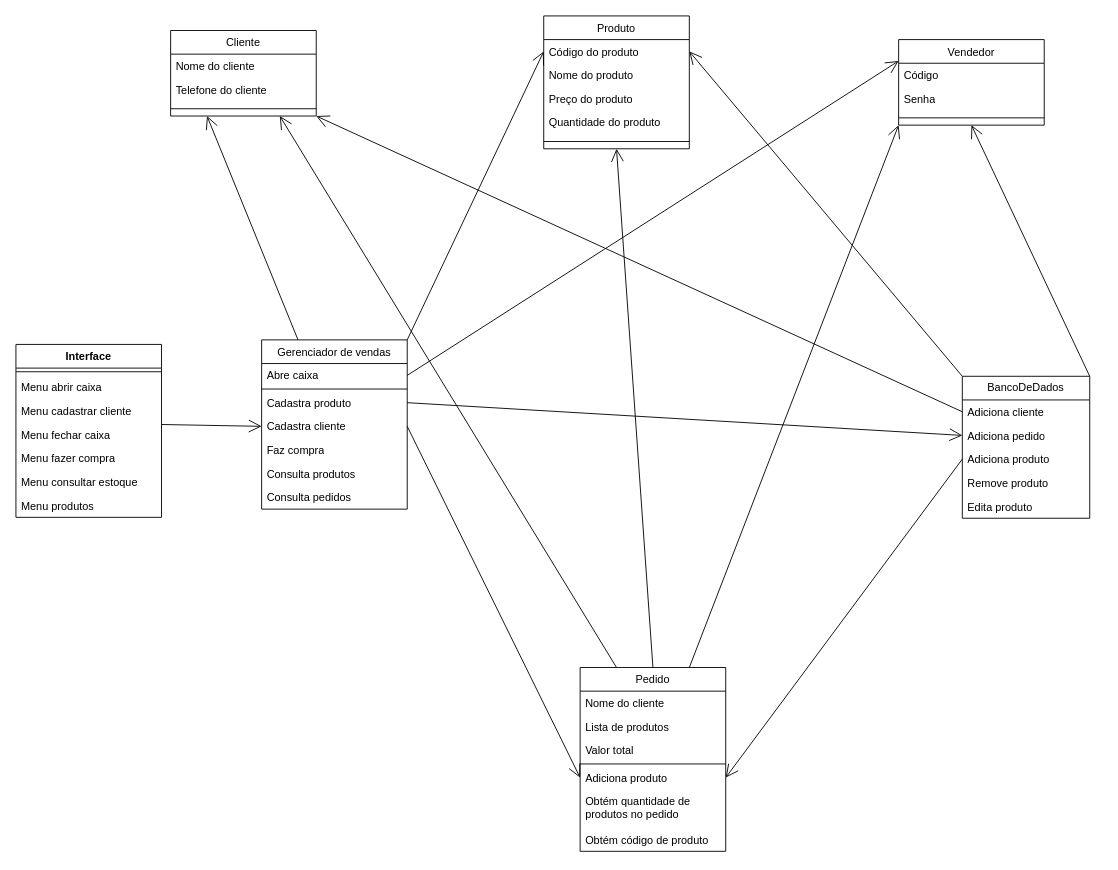
Earlier version of the draw.io diagram CASOS_DE_USO/mapa_conceitual.drawio (guifrazao/PROJETO_ESW1). Source tidied: cells renumbered, new cells numbered last; positions are measured from the earlier drawing's top-left corner, leaving out a move shared by most shapes. Both pictures are drawn from the tidied source at 91%, with x=0, y=0 at pixel (15, 15).
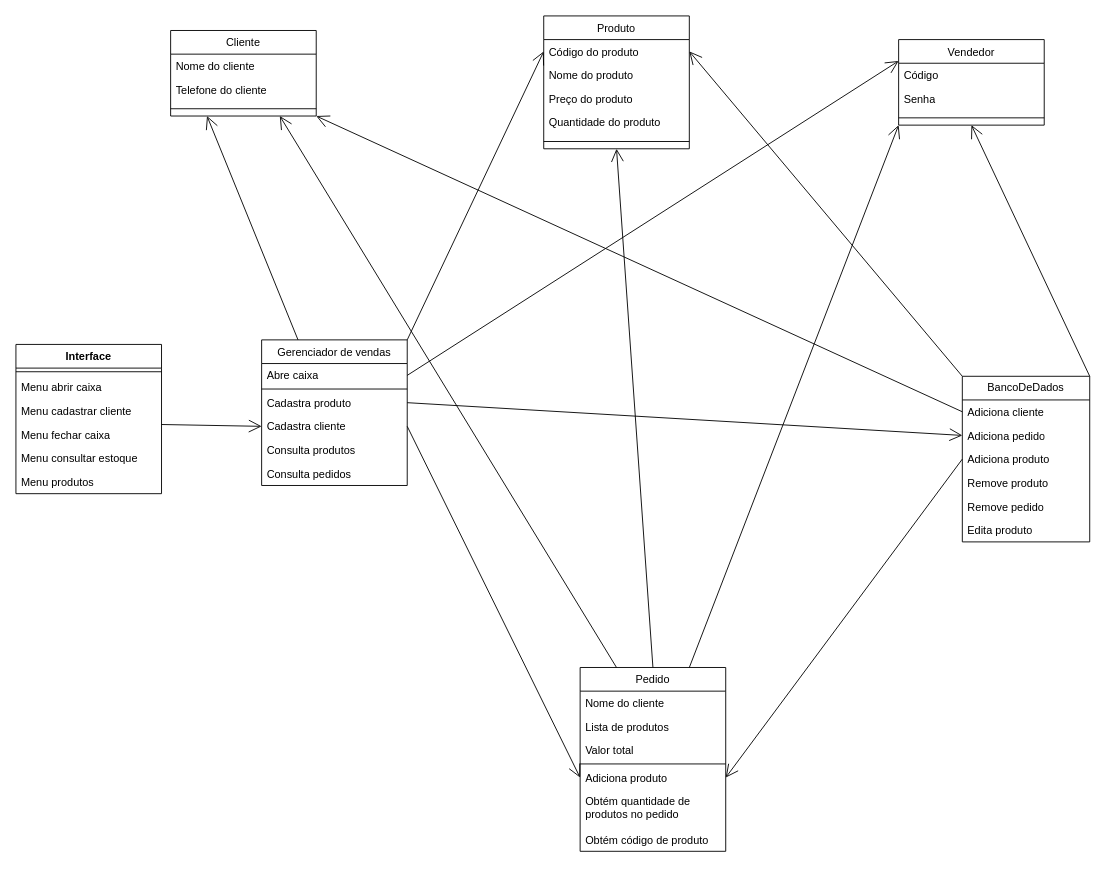
Above is the later version.

Commit message (it also covers changes not shown here):
AINDA FALTA DIAGRAMAS DE SEQUENCE E MAPA DE NAVEGACAO

Diff of the diagram source:
```diff
@@
     <mxCell id="13" value="BancoDeDados" style="swimlane;fontStyle=0;horizontal=1;startSize=26;fillColor=none;whiteSpace=wrap;html=1;" parent="1" vertex="1">
-      <mxGeometry x="1040" y="396" width="140" height="156" as="geometry" />
+      <mxGeometry x="1040" y="396" width="140" height="182" as="geometry" />
     </mxCell>
@@
+    <mxCell id="59" value="Remove pedido" style="text;strokeColor=none;fillColor=none;align=left;verticalAlign=top;spacingLeft=4;spacingRight=4;overflow=hidden;whiteSpace=wrap;html=1;" parent="13" vertex="1">
+      <mxGeometry y="130" width="140" height="26" as="geometry" />
+    </mxCell>
     <mxCell id="18" value="Edita produto" style="text;strokeColor=none;fillColor=none;align=left;verticalAlign=top;spacingLeft=4;spacingRight=4;overflow=hidden;whiteSpace=wrap;html=1;" parent="13" vertex="1">
-      <mxGeometry y="130" width="140" height="26" as="geometry" />
+      <mxGeometry y="156" width="140" height="26" as="geometry" />
     </mxCell>
     <mxCell id="19" value="&lt;span style=&quot;font-weight: normal;&quot;&gt;Gerenciador de vendas&lt;/span&gt;" style="swimlane;fontStyle=1;align=center;verticalAlign=top;horizontal=1;startSize=26;whiteSpace=wrap;html=1;" parent="1" vertex="1">
-      <mxGeometry x="270" y="356" width="160" height="186" as="geometry" />
+      <mxGeometry x="270" y="356" width="160" height="160" as="geometry" />
     </mxCell>
@@
-    <mxCell id="24" value="Faz compra" style="text;strokeColor=none;fillColor=none;align=left;verticalAlign=top;spacingLeft=4;spacingRight=4;overflow=hidden;whiteSpace=wrap;html=1;" parent="19" vertex="1">
-      <mxGeometry y="108" width="160" height="26" as="geometry" />
-    </mxCell>
     <mxCell id="25" value="Consulta produtos" style="text;strokeColor=none;fillColor=none;align=left;verticalAlign=top;spacingLeft=4;spacingRight=4;overflow=hidden;whiteSpace=wrap;html=1;" parent="19" vertex="1">
-      <mxGeometry y="134" width="160" height="26" as="geometry" />
+      <mxGeometry y="108" width="160" height="26" as="geometry" />
     </mxCell>
     <mxCell id="26" value="Consulta pedidos" style="text;strokeColor=none;fillColor=none;align=left;verticalAlign=top;spacingLeft=4;spacingRight=4;overflow=hidden;whiteSpace=wrap;html=1;" parent="19" vertex="1">
-      <mxGeometry y="160" width="160" height="26" as="geometry" />
+      <mxGeometry y="134" width="160" height="26" as="geometry" />
     </mxCell>
@@
     <mxCell id="51" value="Interface" style="swimlane;fontStyle=1;align=center;verticalAlign=top;horizontal=1;startSize=26;whiteSpace=wrap;html=1;" parent="1" vertex="1">
-      <mxGeometry y="361" width="160" height="190" as="geometry" />
+      <mxGeometry y="361" width="160" height="164" as="geometry" />
     </mxCell>
@@
-    <mxCell id="56" value="Menu fazer compra&amp;nbsp;" style="text;strokeColor=none;fillColor=none;align=left;verticalAlign=top;spacingLeft=4;spacingRight=4;overflow=hidden;whiteSpace=wrap;html=1;" parent="51" vertex="1">
-      <mxGeometry y="112" width="160" height="26" as="geometry" />
-    </mxCell>
     <mxCell id="57" value="Menu consultar estoque" style="text;strokeColor=none;fillColor=none;align=left;verticalAlign=top;spacingLeft=4;spacingRight=4;overflow=hidden;whiteSpace=wrap;html=1;" parent="51" vertex="1">
-      <mxGeometry y="138" width="160" height="26" as="geometry" />
+      <mxGeometry y="112" width="160" height="26" as="geometry" />
     </mxCell>
     <mxCell id="58" value="Menu produtos" style="text;strokeColor=none;fillColor=none;align=left;verticalAlign=top;spacingLeft=4;spacingRight=4;overflow=hidden;whiteSpace=wrap;html=1;" parent="51" vertex="1">
-      <mxGeometry y="164" width="160" height="26" as="geometry" />
+      <mxGeometry y="138" width="160" height="26" as="geometry" />
     </mxCell>
```
